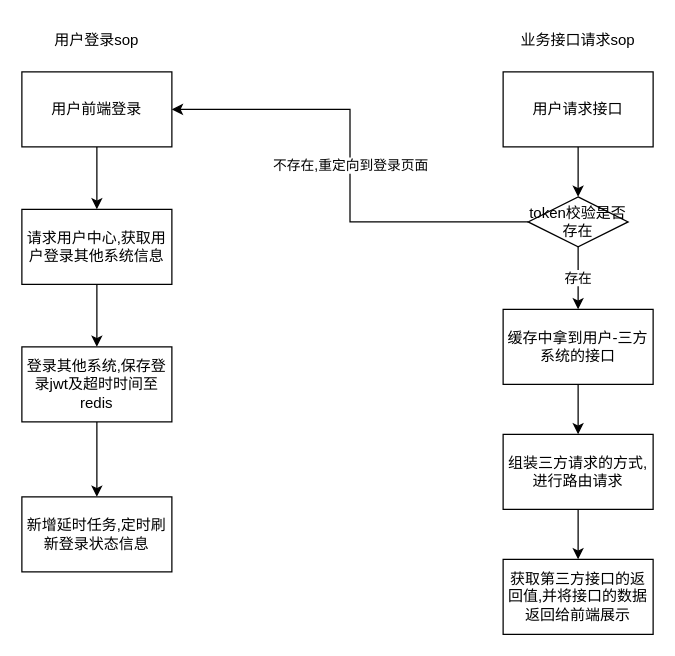
This is page "登录/请求sop" (2 of 2) of 单点登录设计方案.drawio from xipeng156/drawio, a draw.io file, before an edit. Source tidied: cells renumbered, new cells numbered last; positions are measured from the earlier drawing's top-left corner, leaving out a move shared by most shapes. Both pictures are drawn from the tidied source at 125%, with x=0, y=0 at pixel (21, 21).
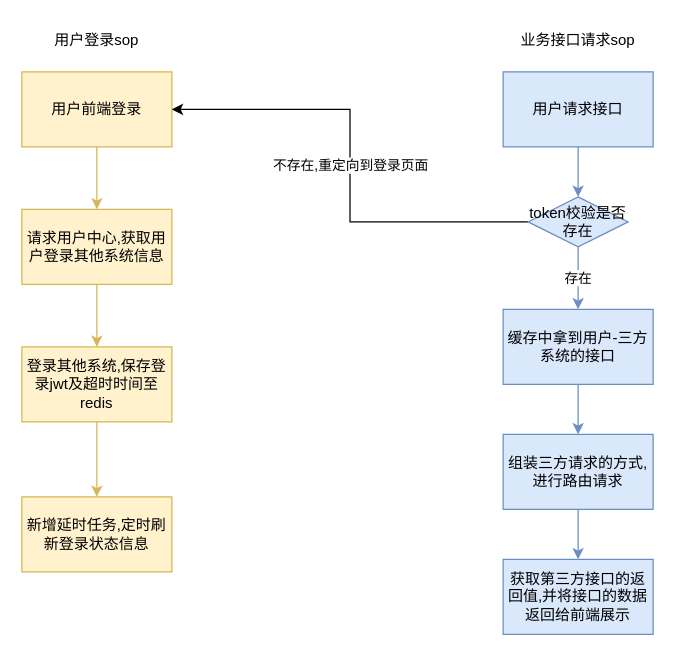
After the change.

Commit message:
更新单点登录设计方案.drawio

The edit, as a diff of the source:
```diff
@@
-    <mxCell id="3" style="edgeStyle=orthogonalEdgeStyle;rounded=0;jettySize=auto;html=1;" parent="1" edge="1" source="4" target="6">
+    <mxCell id="3" style="edgeStyle=orthogonalEdgeStyle;rounded=0;jettySize=auto;html=1;fillColor=#fff2cc;strokeColor=#d6b656;" parent="1" edge="1" source="4" target="6">
       <mxGeometry relative="1" as="geometry" />
     </mxCell>
-    <mxCell id="4" value="用户前端登录" style="rounded=0;whiteSpace=wrap;html=1;" parent="1" vertex="1">
+    <mxCell id="4" value="用户前端登录" style="rounded=0;whiteSpace=wrap;html=1;fillColor=#fff2cc;strokeColor=#d6b656;" parent="1" vertex="1">
       <mxGeometry y="40" width="120" height="60" as="geometry" />
     </mxCell>
-    <mxCell id="5" style="edgeStyle=orthogonalEdgeStyle;rounded=0;jettySize=auto;html=1;" parent="1" edge="1" source="6" target="8">
+    <mxCell id="5" style="edgeStyle=orthogonalEdgeStyle;rounded=0;jettySize=auto;html=1;fillColor=#fff2cc;strokeColor=#d6b656;" parent="1" edge="1" source="6" target="8">
       <mxGeometry relative="1" as="geometry" />
     </mxCell>
-    <mxCell id="6" value="请求用户中心,获取用户登录其他系统信息" style="rounded=0;whiteSpace=wrap;html=1;" parent="1" vertex="1">
+    <mxCell id="6" value="请求用户中心,获取用户登录其他系统信息" style="rounded=0;whiteSpace=wrap;html=1;fillColor=#fff2cc;strokeColor=#d6b656;" parent="1" vertex="1">
       <mxGeometry y="150" width="120" height="60" as="geometry" />
     </mxCell>
-    <mxCell id="7" style="edgeStyle=orthogonalEdgeStyle;rounded=0;jettySize=auto;html=1;" parent="1" edge="1" source="8" target="10">
+    <mxCell id="7" style="edgeStyle=orthogonalEdgeStyle;rounded=0;jettySize=auto;html=1;fillColor=#fff2cc;strokeColor=#d6b656;" parent="1" edge="1" source="8" target="10">
       <mxGeometry relative="1" as="geometry" />
     </mxCell>
-    <mxCell id="8" value="登录其他系统,保存登录jwt及超时时间至redis" style="rounded=0;whiteSpace=wrap;html=1;" parent="1" vertex="1">
+    <mxCell id="8" value="登录其他系统,保存登录jwt及超时时间至redis" style="rounded=0;whiteSpace=wrap;html=1;fillColor=#fff2cc;strokeColor=#d6b656;" parent="1" vertex="1">
       <mxGeometry y="260" width="120" height="60" as="geometry" />
     </mxCell>
@@
-    <mxCell id="10" value="新增延时任务,定时刷新登录状态信息" style="rounded=0;whiteSpace=wrap;html=1;" parent="1" vertex="1">
+    <mxCell id="10" value="新增延时任务,定时刷新登录状态信息" style="rounded=0;whiteSpace=wrap;html=1;fillColor=#fff2cc;strokeColor=#d6b656;" parent="1" vertex="1">
       <mxGeometry y="380" width="120" height="60" as="geometry" />
     </mxCell>
@@
-    <mxCell id="12" style="edgeStyle=orthogonalEdgeStyle;rounded=0;jettySize=auto;html=1;entryX=0.5;entryY=0;entryDx=0;entryDy=0;" parent="1" edge="1" source="13" target="16">
+    <mxCell id="12" style="edgeStyle=orthogonalEdgeStyle;rounded=0;jettySize=auto;html=1;entryX=0.5;entryY=0;entryDx=0;entryDy=0;fillColor=#dae8fc;strokeColor=#6c8ebf;" parent="1" edge="1" source="13" target="16">
       <mxGeometry relative="1" as="geometry" />
     </mxCell>
-    <mxCell id="13" value="用户请求接口" style="rounded=0;whiteSpace=wrap;html=1;" parent="1" vertex="1">
+    <mxCell id="13" value="用户请求接口" style="rounded=0;whiteSpace=wrap;html=1;fillColor=#dae8fc;strokeColor=#6c8ebf;" parent="1" vertex="1">
       <mxGeometry x="385" y="40" width="120" height="60" as="geometry" />
     </mxCell>
@@
-    <mxCell id="15" value="存在" style="edgeStyle=orthogonalEdgeStyle;rounded=0;jettySize=auto;html=1;" parent="1" edge="1" source="16" target="18">
+    <mxCell id="15" value="存在" style="edgeStyle=orthogonalEdgeStyle;rounded=0;jettySize=auto;html=1;fillColor=#dae8fc;strokeColor=#6c8ebf;" parent="1" edge="1" source="16" target="18">
       <mxGeometry relative="1" as="geometry" />
     </mxCell>
-    <mxCell id="16" value="token校验是否存在" style="rhombus;whiteSpace=wrap;html=1;" parent="1" vertex="1">
+    <mxCell id="16" value="token校验是否存在" style="rhombus;whiteSpace=wrap;html=1;fillColor=#dae8fc;strokeColor=#6c8ebf;" parent="1" vertex="1">
       <mxGeometry x="405" y="140" width="80" height="40" as="geometry" />
     </mxCell>
-    <mxCell id="17" style="edgeStyle=orthogonalEdgeStyle;rounded=0;jettySize=auto;html=1;" parent="1" edge="1" source="18" target="20">
+    <mxCell id="17" style="edgeStyle=orthogonalEdgeStyle;rounded=0;jettySize=auto;html=1;fillColor=#dae8fc;strokeColor=#6c8ebf;" parent="1" edge="1" source="18" target="20">
       <mxGeometry relative="1" as="geometry" />
     </mxCell>
-    <mxCell id="18" value="缓存中拿到用户-三方系统的接口" style="whiteSpace=wrap;html=1;" parent="1" vertex="1">
+    <mxCell id="18" value="缓存中拿到用户-三方系统的接口" style="whiteSpace=wrap;html=1;fillColor=#dae8fc;strokeColor=#6c8ebf;" parent="1" vertex="1">
       <mxGeometry x="385" y="230" width="120" height="60" as="geometry" />
     </mxCell>
-    <mxCell id="19" style="edgeStyle=orthogonalEdgeStyle;rounded=0;jettySize=auto;html=1;" parent="1" edge="1" source="20" target="21">
+    <mxCell id="19" style="edgeStyle=orthogonalEdgeStyle;rounded=0;jettySize=auto;html=1;fillColor=#dae8fc;strokeColor=#6c8ebf;" parent="1" edge="1" source="20" target="21">
       <mxGeometry relative="1" as="geometry" />
     </mxCell>
-    <mxCell id="20" value="组装三方请求的方式,进行路由请求" style="whiteSpace=wrap;html=1;" parent="1" vertex="1">
+    <mxCell id="20" value="组装三方请求的方式,进行路由请求" style="whiteSpace=wrap;html=1;fillColor=#dae8fc;strokeColor=#6c8ebf;" parent="1" vertex="1">
       <mxGeometry x="385" y="330" width="120" height="60" as="geometry" />
     </mxCell>
-    <mxCell id="21" value="获取第三方接口的返回值,并将接口的数据返回给前端展示" style="whiteSpace=wrap;html=1;" parent="1" vertex="1">
+    <mxCell id="21" value="获取第三方接口的返回值,并将接口的数据返回给前端展示" style="whiteSpace=wrap;html=1;fillColor=#dae8fc;strokeColor=#6c8ebf;" parent="1" vertex="1">
       <mxGeometry x="385" y="430" width="120" height="60" as="geometry" />
     </mxCell>
```
